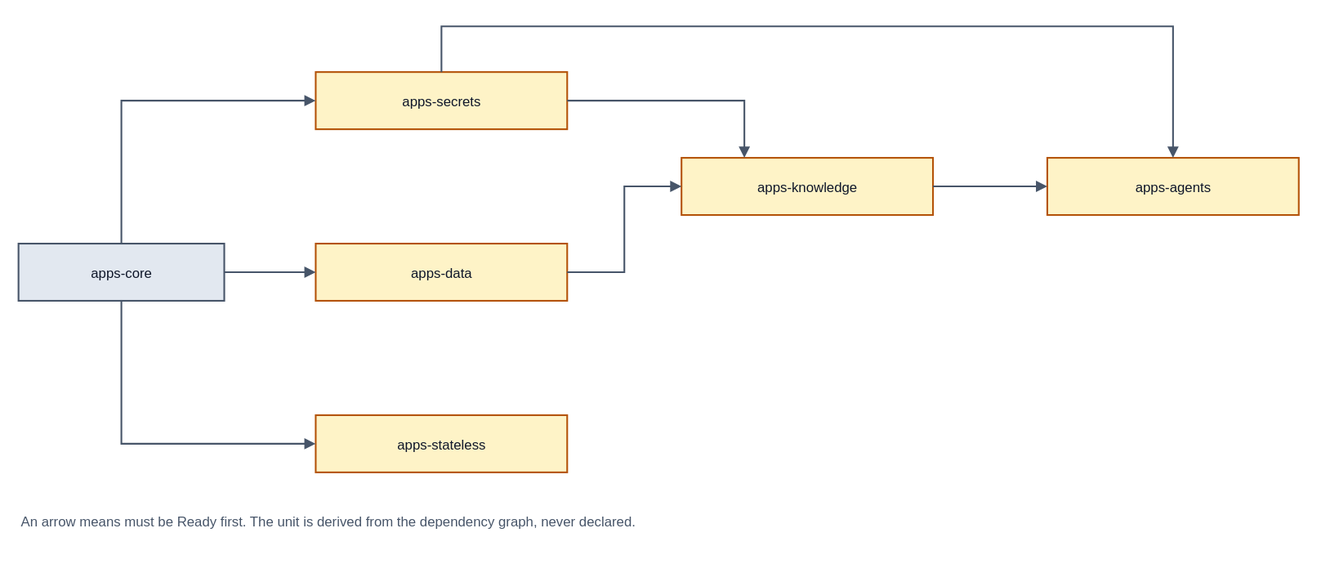
The draw.io diagram spec/v1/diagrams/20-reconcile-unit-dag.drawio.svg in JorisJonkers-dev/deploy-kit, before a commit. Source tidied: cells renumbered, new cells last; positions are measured from the earlier drawing's top-left corner, leaving out a move shared by most shapes.
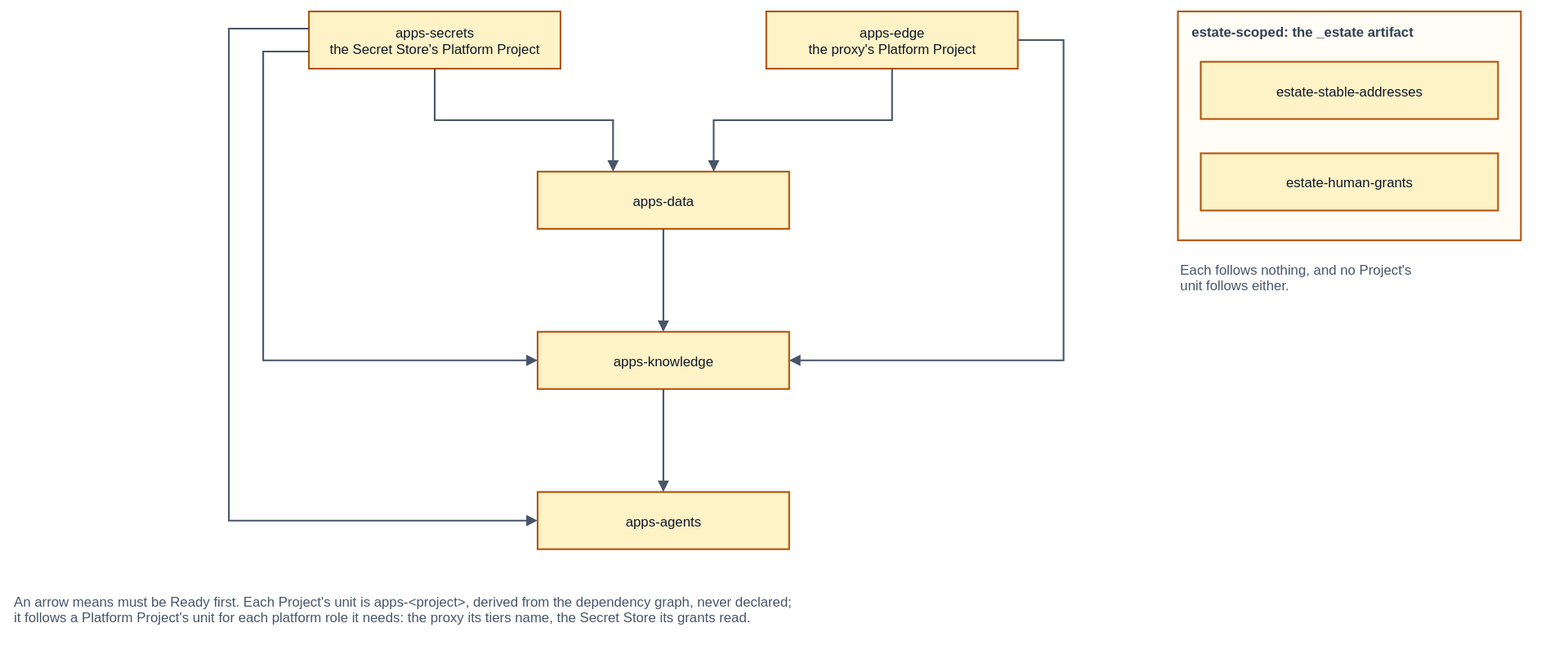
Later version of the same file.

Commit message:
docs(spec): redraw the Reconcile Unit DAG with the Platform Projects and the estate-scoped units

Change to the diagram source:
```diff
@@ -2,69 +2,71 @@
   <root>
     <mxCell id="0" />
     <mxCell id="1" parent="0" />
-    <mxCell id="2" value="apps-core" style="rounded=0;whiteSpace=nowrap;html=0;align=center;verticalAlign=middle;fillColor=#e2e8f0;strokeColor=#475569;strokeWidth=1.5;fontFamily=Helvetica;fontSize=12;fontColor=#0f172a;" parent="1" vertex="1">
-      <mxGeometry y="190" width="180" height="50" as="geometry" />
-    </mxCell>
-    <mxCell id="3" value="apps-secrets" style="rounded=0;whiteSpace=nowrap;html=0;align=center;verticalAlign=middle;fillColor=#fef3c7;strokeColor=#b45309;strokeWidth=1.5;fontFamily=Helvetica;fontSize=12;fontColor=#0f172a;" parent="1" vertex="1">
-      <mxGeometry x="260" y="40" width="220" height="50" as="geometry" />
-    </mxCell>
+    <mxCell id="16" value="estate-scoped: the _estate artifact" style="rounded=0;whiteSpace=nowrap;html=0;fillColor=#fffdf5;strokeColor=#b45309;strokeWidth=1.5;verticalAlign=top;align=left;spacingLeft=10;spacingTop=4;fontStyle=1;fontSize=12;fontFamily=Helvetica;fontColor=#334155;" parent="1" vertex="1">
+      <mxGeometry x="1020" y="20" width="300" height="200" as="geometry" />
+    </mxCell>
+    <mxCell id="17" value="apps-secrets&#10;the Secret Store's Platform Project" style="rounded=0;whiteSpace=nowrap;html=0;align=center;verticalAlign=middle;fillColor=#fef3c7;strokeColor=#b45309;strokeWidth=1.5;fontFamily=Helvetica;fontSize=12;fontColor=#0f172a;" parent="1" vertex="1">
+      <mxGeometry x="260" y="20" width="220" height="50" as="geometry" />
+    </mxCell>
+    <mxCell id="18" value="apps-edge&#10;the proxy's Platform Project" style="rounded=0;whiteSpace=nowrap;html=0;align=center;verticalAlign=middle;fillColor=#fef3c7;strokeColor=#b45309;strokeWidth=1.5;fontFamily=Helvetica;fontSize=12;fontColor=#0f172a;" parent="1" vertex="1">
+      <mxGeometry x="660" y="20" width="220" height="50" as="geometry" />
+    </mxCell>
     <mxCell id="4" value="apps-data" style="rounded=0;whiteSpace=nowrap;html=0;align=center;verticalAlign=middle;fillColor=#fef3c7;strokeColor=#b45309;strokeWidth=1.5;fontFamily=Helvetica;fontSize=12;fontColor=#0f172a;" parent="1" vertex="1">
-      <mxGeometry x="260" y="190" width="220" height="50" as="geometry" />
+      <mxGeometry x="460" y="160" width="220" height="50" as="geometry" />
     </mxCell>
-    <mxCell id="5" value="apps-stateless" style="rounded=0;whiteSpace=nowrap;html=0;align=center;verticalAlign=middle;fillColor=#fef3c7;strokeColor=#b45309;strokeWidth=1.5;fontFamily=Helvetica;fontSize=12;fontColor=#0f172a;" parent="1" vertex="1">
-      <mxGeometry x="260" y="340" width="220" height="50" as="geometry" />
-    </mxCell>
     <mxCell id="6" value="apps-knowledge" style="rounded=0;whiteSpace=nowrap;html=0;align=center;verticalAlign=middle;fillColor=#fef3c7;strokeColor=#b45309;strokeWidth=1.5;fontFamily=Helvetica;fontSize=12;fontColor=#0f172a;" parent="1" vertex="1">
-      <mxGeometry x="580" y="115" width="220" height="50" as="geometry" />
+      <mxGeometry x="460" y="300" width="220" height="50" as="geometry" />
     </mxCell>
     <mxCell id="7" value="apps-agents" style="rounded=0;whiteSpace=nowrap;html=0;align=center;verticalAlign=middle;fillColor=#fef3c7;strokeColor=#b45309;strokeWidth=1.5;fontFamily=Helvetica;fontSize=12;fontColor=#0f172a;" parent="1" vertex="1">
-      <mxGeometry x="900" y="115" width="220" height="50" as="geometry" />
+      <mxGeometry x="460" y="440" width="220" height="50" as="geometry" />
     </mxCell>
-    <mxCell id="8" style="edgeStyle=orthogonalEdgeStyle;rounded=0;html=0;jettySize=auto;jumpStyle=arc;jumpSize=8;endArrow=block;endFill=1;strokeColor=#475569;strokeWidth=1.5;fontSize=11;fontFamily=Helvetica;labelBackgroundColor=#ffffff;exitX=1;exitY=0.5;exitDx=0;exitDy=0;entryX=0;entryY=0.5;entryDx=0;entryDy=0;" parent="1" edge="1" source="2" target="4">
-      <mxGeometry relative="1" as="geometry" />
-    </mxCell>
-    <mxCell id="9" style="edgeStyle=orthogonalEdgeStyle;rounded=0;html=0;jettySize=auto;jumpStyle=arc;jumpSize=8;endArrow=block;endFill=1;strokeColor=#475569;strokeWidth=1.5;fontSize=11;fontFamily=Helvetica;labelBackgroundColor=#ffffff;exitX=0.5;exitY=0;exitDx=0;exitDy=0;entryX=0;entryY=0.5;entryDx=0;entryDy=0;" parent="1" edge="1" source="2" target="3">
-      <mxGeometry relative="1" as="geometry">
-        <Array as="points">
-          <mxPoint x="90" y="65" />
-        </Array>
-      </mxGeometry>
-    </mxCell>
-    <mxCell id="10" style="edgeStyle=orthogonalEdgeStyle;rounded=0;html=0;jettySize=auto;jumpStyle=arc;jumpSize=8;endArrow=block;endFill=1;strokeColor=#475569;strokeWidth=1.5;fontSize=11;fontFamily=Helvetica;labelBackgroundColor=#ffffff;exitX=0.5;exitY=1;exitDx=0;exitDy=0;entryX=0;entryY=0.5;entryDx=0;entryDy=0;" parent="1" edge="1" source="2" target="5">
-      <mxGeometry relative="1" as="geometry">
-        <Array as="points">
-          <mxPoint x="90" y="365" />
-        </Array>
-      </mxGeometry>
-    </mxCell>
-    <mxCell id="11" style="edgeStyle=orthogonalEdgeStyle;rounded=0;html=0;jettySize=auto;jumpStyle=arc;jumpSize=8;endArrow=block;endFill=1;strokeColor=#475569;strokeWidth=1.5;fontSize=11;fontFamily=Helvetica;labelBackgroundColor=#ffffff;exitX=1;exitY=0.5;exitDx=0;exitDy=0;entryX=0.25;entryY=0;entryDx=0;entryDy=0;" parent="1" edge="1" source="3" target="6">
-      <mxGeometry relative="1" as="geometry">
-        <Array as="points">
-          <mxPoint x="635" y="65" />
-        </Array>
-      </mxGeometry>
-    </mxCell>
+    <mxCell id="19" style="edgeStyle=orthogonalEdgeStyle;rounded=0;html=0;jettySize=auto;jumpStyle=arc;jumpSize=8;endArrow=block;endFill=1;strokeColor=#475569;strokeWidth=1.5;fontSize=11;fontFamily=Helvetica;labelBackgroundColor=#ffffff;exitX=0.5;exitY=1;exitDx=0;exitDy=0;entryX=0.3;entryY=0;entryDx=0;entryDy=0;" parent="1" edge="1" source="17" target="4">
+      <mxGeometry relative="1" as="geometry" />
+    </mxCell>
+    <mxCell id="20" style="edgeStyle=orthogonalEdgeStyle;rounded=0;html=0;jettySize=auto;jumpStyle=arc;jumpSize=8;endArrow=block;endFill=1;strokeColor=#475569;strokeWidth=1.5;fontSize=11;fontFamily=Helvetica;labelBackgroundColor=#ffffff;exitX=0.5;exitY=1;exitDx=0;exitDy=0;entryX=0.7;entryY=0;entryDx=0;entryDy=0;" parent="1" edge="1" source="18" target="4">
+      <mxGeometry relative="1" as="geometry" />
+    </mxCell>
-    <mxCell id="12" style="edgeStyle=orthogonalEdgeStyle;rounded=0;html=0;jettySize=auto;jumpStyle=arc;jumpSize=8;endArrow=block;endFill=1;strokeColor=#475569;strokeWidth=1.5;fontSize=11;fontFamily=Helvetica;labelBackgroundColor=#ffffff;exitX=1;exitY=0.5;exitDx=0;exitDy=0;entryX=0;entryY=0.5;entryDx=0;entryDy=0;" parent="1" edge="1" source="4" target="6">
-      <mxGeometry relative="1" as="geometry">
-        <Array as="points">
-          <mxPoint x="530" y="215" />
-          <mxPoint x="530" y="140" />
-        </Array>
-      </mxGeometry>
+    <mxCell id="12" style="edgeStyle=orthogonalEdgeStyle;rounded=0;html=0;jettySize=auto;jumpStyle=arc;jumpSize=8;endArrow=block;endFill=1;strokeColor=#475569;strokeWidth=1.5;fontSize=11;fontFamily=Helvetica;labelBackgroundColor=#ffffff;exitX=0.5;exitY=1;exitDx=0;exitDy=0;entryX=0.5;entryY=0;entryDx=0;entryDy=0;" parent="1" edge="1" source="4" target="6">
+      <mxGeometry relative="1" as="geometry" />
     </mxCell>
-    <mxCell id="13" style="edgeStyle=orthogonalEdgeStyle;rounded=0;html=0;jettySize=auto;jumpStyle=arc;jumpSize=8;endArrow=block;endFill=1;strokeColor=#475569;strokeWidth=1.5;fontSize=11;fontFamily=Helvetica;labelBackgroundColor=#ffffff;exitX=1;exitY=0.5;exitDx=0;exitDy=0;entryX=0;entryY=0.5;entryDx=0;entryDy=0;" parent="1" edge="1" source="6" target="7">
+    <mxCell id="13" style="edgeStyle=orthogonalEdgeStyle;rounded=0;html=0;jettySize=auto;jumpStyle=arc;jumpSize=8;endArrow=block;endFill=1;strokeColor=#475569;strokeWidth=1.5;fontSize=11;fontFamily=Helvetica;labelBackgroundColor=#ffffff;exitX=0.5;exitY=1;exitDx=0;exitDy=0;entryX=0.5;entryY=0;entryDx=0;entryDy=0;" parent="1" edge="1" source="6" target="7">
       <mxGeometry relative="1" as="geometry" />
     </mxCell>
-    <mxCell id="14" style="edgeStyle=orthogonalEdgeStyle;rounded=0;html=0;jettySize=auto;jumpStyle=arc;jumpSize=8;endArrow=block;endFill=1;strokeColor=#475569;strokeWidth=1.5;fontSize=11;fontFamily=Helvetica;labelBackgroundColor=#ffffff;exitX=0.5;exitY=0;exitDx=0;exitDy=0;entryX=0.5;entryY=0;entryDx=0;entryDy=0;" parent="1" edge="1" source="3" target="7">
-      <mxGeometry relative="1" as="geometry">
-        <Array as="points">
-          <mxPoint x="370" />
-          <mxPoint x="1010" />
-        </Array>
-      </mxGeometry>
-    </mxCell>
-    <mxCell id="15" value="An arrow means must be Ready first. The unit is derived from the dependency graph, never declared." style="text;html=0;strokeColor=none;fillColor=none;align=left;verticalAlign=middle;fontFamily=Helvetica;fontSize=12;fontColor=#475569;" parent="1" vertex="1">
-      <mxGeometry y="420" width="1000" height="24" as="geometry" />
-    </mxCell>
+    <mxCell id="21" style="edgeStyle=orthogonalEdgeStyle;rounded=0;html=0;jettySize=auto;jumpStyle=arc;jumpSize=8;endArrow=block;endFill=1;strokeColor=#475569;strokeWidth=1.5;fontSize=11;fontFamily=Helvetica;labelBackgroundColor=#ffffff;exitX=0;exitY=0.7;exitDx=0;exitDy=0;entryX=0;entryY=0.5;entryDx=0;entryDy=0;" parent="1" edge="1" source="17" target="6">
+      <mxGeometry relative="1" as="geometry">
+        <Array as="points">
+          <mxPoint x="220" y="55" />
+          <mxPoint x="220" y="325" />
+        </Array>
+      </mxGeometry>
+    </mxCell>
+    <mxCell id="22" style="edgeStyle=orthogonalEdgeStyle;rounded=0;html=0;jettySize=auto;jumpStyle=arc;jumpSize=8;endArrow=block;endFill=1;strokeColor=#475569;strokeWidth=1.5;fontSize=11;fontFamily=Helvetica;labelBackgroundColor=#ffffff;exitX=0;exitY=0.3;exitDx=0;exitDy=0;entryX=0;entryY=0.5;entryDx=0;entryDy=0;" parent="1" edge="1" source="17" target="7">
+      <mxGeometry relative="1" as="geometry">
+        <Array as="points">
+          <mxPoint x="190" y="35" />
+          <mxPoint x="190" y="465" />
+        </Array>
+      </mxGeometry>
+    </mxCell>
+    <mxCell id="8" style="edgeStyle=orthogonalEdgeStyle;rounded=0;html=0;jettySize=auto;jumpStyle=arc;jumpSize=8;endArrow=block;endFill=1;strokeColor=#475569;strokeWidth=1.5;fontSize=11;fontFamily=Helvetica;labelBackgroundColor=#ffffff;exitX=1;exitY=0.5;exitDx=0;exitDy=0;entryX=1;entryY=0.5;entryDx=0;entryDy=0;" parent="1" edge="1" source="18" target="6">
+      <mxGeometry relative="1" as="geometry">
+        <Array as="points">
+          <mxPoint x="920" y="45" />
+          <mxPoint x="920" y="325" />
+        </Array>
+      </mxGeometry>
+    </mxCell>
+    <mxCell id="23" value="estate-stable-addresses" style="rounded=0;whiteSpace=nowrap;html=0;align=center;verticalAlign=middle;fillColor=#fef3c7;strokeColor=#b45309;strokeWidth=1.5;fontFamily=Helvetica;fontSize=12;fontColor=#0f172a;" parent="1" vertex="1">
+      <mxGeometry x="1040" y="64" width="260" height="50" as="geometry" />
+    </mxCell>
+    <mxCell id="24" value="estate-human-grants" style="rounded=0;whiteSpace=nowrap;html=0;align=center;verticalAlign=middle;fillColor=#fef3c7;strokeColor=#b45309;strokeWidth=1.5;fontFamily=Helvetica;fontSize=12;fontColor=#0f172a;" parent="1" vertex="1">
+      <mxGeometry x="1040" y="144" width="260" height="50" as="geometry" />
+    </mxCell>
+    <mxCell id="25" value="Each follows nothing, and no Project's&#10;unit follows either." style="text;html=0;strokeColor=none;fillColor=none;align=left;verticalAlign=middle;fontFamily=Helvetica;fontSize=12;fontColor=#475569;" parent="1" vertex="1">
+      <mxGeometry x="1020" y="230" width="320" height="44" as="geometry" />
+    </mxCell>
+    <mxCell id="26" value="An arrow means must be Ready first. Each Project's unit is apps-&lt;project&gt;, derived from the dependency graph, never declared;&#10;it follows a Platform Project's unit for each platform role it needs: the proxy its tiers name, the Secret Store its grants read." style="text;html=0;strokeColor=none;fillColor=none;align=left;verticalAlign=middle;fontFamily=Helvetica;fontSize=12;fontColor=#475569;" parent="1" vertex="1">
+      <mxGeometry y="520" width="1000" height="44" as="geometry" />
+    </mxCell>
   </root>
 </mxGraphModel>
```
